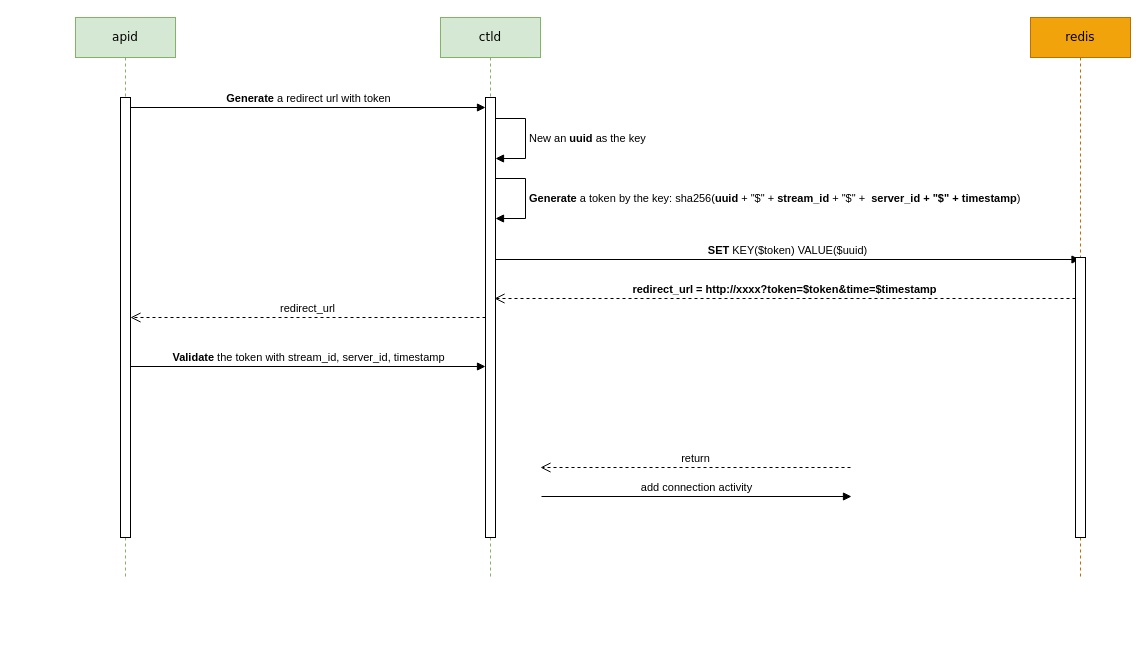
explorer2036/charts keeps this draw.io diagram as page "token" (3 of 3) of media-core/apid.drawio. Above is the earlier version. Source tidied: cells renumbered, new cells numbered last; positions are measured from the earlier drawing's top-left corner, leaving out a move shared by most shapes. Both pictures are drawn from the tidied source at 100%, with x=0, y=0 at pixel (75, 17).
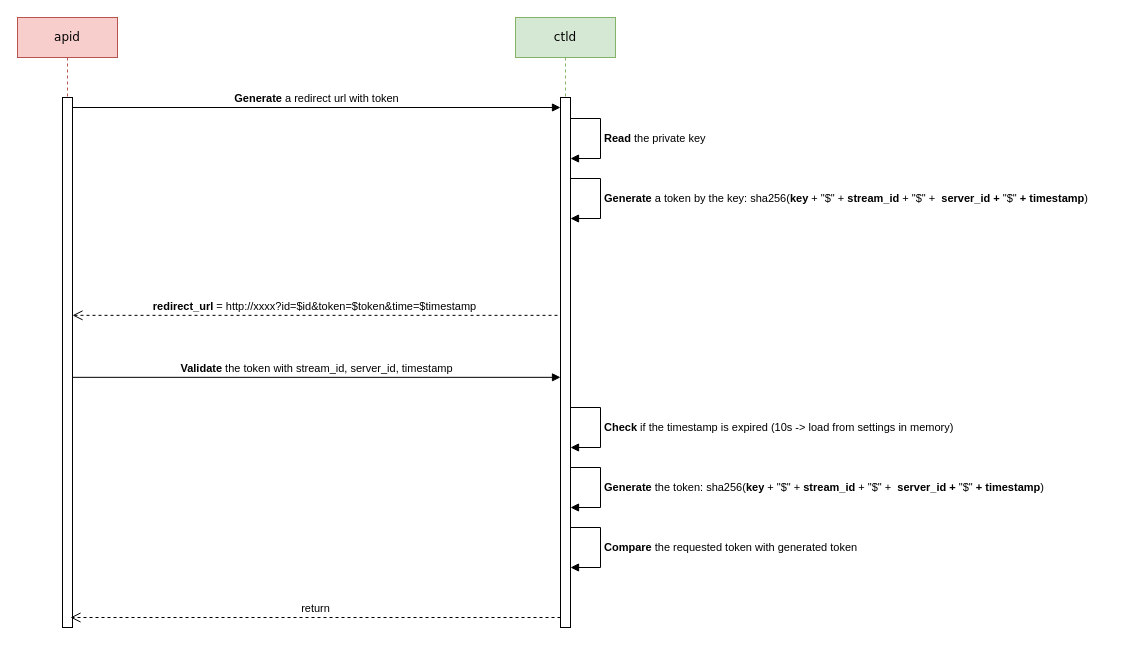
Above is the later version.

Change to the diagram source:
```diff
@@
-    <mxCell id="2" value="&lt;b&gt;SET&lt;/b&gt; KEY($token) VALUE($uuid)" style="html=1;verticalAlign=bottom;endArrow=block;rounded=0;strokeWidth=1;" parent="1" edge="1" target="7">
-      <mxGeometry relative="1" as="geometry">
-        <mxPoint x="420" y="242" as="sourcePoint" />
-      </mxGeometry>
-    </mxCell>
     <mxCell id="3" value="ctld" style="shape=umlLifeline;perimeter=lifelinePerimeter;whiteSpace=wrap;html=1;rounded=0;shadow=0;comic=0;labelBackgroundColor=none;strokeWidth=1;fontFamily=Verdana;fontSize=12;align=center;fillColor=#d5e8d4;strokeColor=#82b366;" parent="1" vertex="1">
-      <mxGeometry x="365" width="100" height="560" as="geometry" />
+      <mxGeometry x="440" width="100" height="610" as="geometry" />
     </mxCell>
     <mxCell id="4" style="html=1;points=[];perimeter=orthogonalPerimeter;rounded=0;shadow=0;glass=0;sketch=0;" parent="3" vertex="1">
-      <mxGeometry x="45" y="80" width="10" height="440" as="geometry" />
+      <mxGeometry x="45" y="80" width="10" height="530" as="geometry" />
     </mxCell>
-    <mxCell id="5" value="New an &lt;b&gt;uuid&lt;/b&gt; as the key" style="edgeStyle=orthogonalEdgeStyle;html=1;align=left;spacingLeft=2;endArrow=block;rounded=0;" parent="3" edge="1">
+    <mxCell id="5" value="&lt;b&gt;Read&lt;/b&gt; the private key" style="edgeStyle=orthogonalEdgeStyle;html=1;align=left;spacingLeft=2;endArrow=block;rounded=0;" parent="3" edge="1">
       <mxGeometry relative="1" as="geometry">
         <mxPoint x="55" y="101" as="sourcePoint" />
         <mxPoint x="55" y="141" as="targetPoint" />
         <Array as="points">
           <mxPoint x="85" y="101" />
           <mxPoint x="85" y="141" />
           <mxPoint x="55" y="141" />
         </Array>
       </mxGeometry>
     </mxCell>
-    <mxCell id="6" value="&lt;b&gt;Generate&lt;/b&gt; a token by the key: sha256(&lt;b&gt;uuid&lt;/b&gt; + &quot;$&quot; + &lt;b&gt;stream_id&lt;/b&gt; + &quot;$&quot; +&amp;nbsp; &lt;b&gt;server_id + &quot;$&quot; + timestamp&lt;/b&gt;)" style="edgeStyle=orthogonalEdgeStyle;html=1;align=left;spacingLeft=2;endArrow=block;rounded=0;" parent="3" edge="1">
+    <mxCell id="6" value="&lt;b&gt;Generate&lt;/b&gt; a token by the key: sha256(&lt;b&gt;key&lt;/b&gt; + &quot;$&quot; + &lt;b&gt;stream_id&lt;/b&gt; + &quot;$&quot; +&amp;nbsp; &lt;b&gt;server_id + &lt;/b&gt;&quot;$&quot;&lt;b&gt; + timestamp&lt;/b&gt;)" style="edgeStyle=orthogonalEdgeStyle;html=1;align=left;spacingLeft=2;endArrow=block;rounded=0;" parent="3" edge="1">
       <mxGeometry relative="1" as="geometry">
         <mxPoint x="55" y="161" as="sourcePoint" />
         <mxPoint x="55" y="201" as="targetPoint" />
         <Array as="points">
           <mxPoint x="85" y="161" />
           <mxPoint x="85" y="201" />
           <mxPoint x="55" y="201" />
         </Array>
       </mxGeometry>
     </mxCell>
-    <mxCell id="7" value="redis" style="shape=umlLifeline;perimeter=lifelinePerimeter;whiteSpace=wrap;html=1;outlineConnect=0;rounded=0;shadow=0;comic=0;labelBackgroundColor=none;strokeWidth=1;fontFamily=Verdana;fontSize=12;align=center;fillColor=#f0a30a;strokeColor=#BD7000;glass=0;fontColor=#000000;" parent="1" vertex="1">
-      <mxGeometry x="955" width="100" height="560" as="geometry" />
-    </mxCell>
-    <mxCell id="8" style="html=1;points=[];perimeter=orthogonalPerimeter;rounded=0;shadow=0;glass=0;sketch=0;" parent="7" vertex="1">
-      <mxGeometry x="45" y="240" width="10" height="280" as="geometry" />
-    </mxCell>
-    <mxCell id="9" value="add connection activity" style="html=1;verticalAlign=bottom;endArrow=block;rounded=0;strokeWidth=1;" parent="1" edge="1">
-      <mxGeometry relative="1" as="geometry">
-        <mxPoint x="466" y="479" as="sourcePoint" />
-        <mxPoint x="776" y="479" as="targetPoint" />
-      </mxGeometry>
-    </mxCell>
-    <mxCell id="10" value="return" style="html=1;verticalAlign=bottom;endArrow=open;dashed=1;endSize=8;rounded=0;" parent="1" edge="1">
-      <mxGeometry relative="1" as="geometry">
-        <mxPoint x="775" y="450" as="sourcePoint" />
-        <mxPoint x="465" y="450" as="targetPoint" />
-      </mxGeometry>
-    </mxCell>
-    <mxCell id="11" value="redirect_url = http://xxxx?token=$token&amp;amp;time=$timestamp" style="html=1;verticalAlign=bottom;endArrow=open;dashed=1;endSize=8;rounded=0;fontStyle=1;" parent="1" edge="1" source="8">
-      <mxGeometry relative="1" as="geometry">
-        <mxPoint x="419" y="281" as="targetPoint" />
-      </mxGeometry>
-    </mxCell>
+    <mxCell id="17" value="&lt;b&gt;Check&lt;/b&gt; if the timestamp is expired (10s -&amp;gt; load from settings in memory)" style="edgeStyle=orthogonalEdgeStyle;html=1;align=left;spacingLeft=2;endArrow=block;rounded=0;" parent="3" edge="1">
+      <mxGeometry relative="1" as="geometry">
+        <mxPoint x="55" y="390" as="sourcePoint" />
+        <mxPoint x="55" y="430" as="targetPoint" />
+        <Array as="points">
+          <mxPoint x="85" y="390" />
+          <mxPoint x="85" y="430" />
+          <mxPoint x="55" y="430" />
+        </Array>
+      </mxGeometry>
+    </mxCell>
+    <mxCell id="18" value="&lt;b&gt;Generate&lt;/b&gt; the token: sha256(&lt;b style=&quot;border-color: var(--border-color);&quot;&gt;key&lt;/b&gt;&amp;nbsp;+ &quot;$&quot; +&amp;nbsp;&lt;b style=&quot;border-color: var(--border-color);&quot;&gt;stream_id&lt;/b&gt;&amp;nbsp;+ &quot;$&quot; +&amp;nbsp;&amp;nbsp;&lt;b style=&quot;border-color: var(--border-color);&quot;&gt;server_id + &lt;/b&gt;&lt;span style=&quot;border-color: var(--border-color);&quot;&gt;&quot;$&quot;&lt;/span&gt;&lt;b style=&quot;border-color: var(--border-color);&quot;&gt; + timestamp&lt;/b&gt;)" style="edgeStyle=orthogonalEdgeStyle;html=1;align=left;spacingLeft=2;endArrow=block;rounded=0;" parent="3" edge="1">
+      <mxGeometry relative="1" as="geometry">
+        <mxPoint x="55" y="450" as="sourcePoint" />
+        <mxPoint x="55" y="490" as="targetPoint" />
+        <Array as="points">
+          <mxPoint x="85" y="450" />
+          <mxPoint x="85" y="490" />
+          <mxPoint x="55" y="490" />
+        </Array>
+      </mxGeometry>
+    </mxCell>
+    <mxCell id="19" value="&lt;b&gt;Compare&lt;/b&gt; the requested token with generated token" style="edgeStyle=orthogonalEdgeStyle;html=1;align=left;spacingLeft=2;endArrow=block;rounded=0;" parent="3" edge="1">
+      <mxGeometry relative="1" as="geometry">
+        <mxPoint x="55" y="510" as="sourcePoint" />
+        <mxPoint x="55" y="550" as="targetPoint" />
+        <Array as="points">
+          <mxPoint x="85" y="510" />
+          <mxPoint x="85" y="550" />
+          <mxPoint x="55" y="550" />
+        </Array>
+      </mxGeometry>
+    </mxCell>
-    <mxCell id="12" value="apid" style="shape=umlLifeline;perimeter=lifelinePerimeter;whiteSpace=wrap;html=1;rounded=0;shadow=0;comic=0;labelBackgroundColor=none;strokeWidth=1;fontFamily=Verdana;fontSize=12;align=center;fillColor=#d5e8d4;strokeColor=#82b366;" parent="1" vertex="1">
-      <mxGeometry width="100" height="560" as="geometry" />
+    <mxCell id="12" value="apid" style="shape=umlLifeline;perimeter=lifelinePerimeter;whiteSpace=wrap;html=1;rounded=0;shadow=0;comic=0;labelBackgroundColor=none;strokeWidth=1;fontFamily=Verdana;fontSize=12;align=center;fillColor=#f8cecc;strokeColor=#b85450;" parent="1" vertex="1">
+      <mxGeometry x="-58" width="100" height="610" as="geometry" />
     </mxCell>
     <mxCell id="13" style="html=1;points=[];perimeter=orthogonalPerimeter;rounded=0;shadow=0;glass=0;sketch=0;" parent="12" vertex="1">
-      <mxGeometry x="45" y="80" width="10" height="440" as="geometry" />
+      <mxGeometry x="45" y="80" width="10" height="530" as="geometry" />
     </mxCell>
@@
-    <mxCell id="15" value="redirect_url" style="html=1;verticalAlign=bottom;endArrow=open;dashed=1;endSize=8;rounded=0;" parent="1" edge="1" target="13">
-      <mxGeometry relative="1" as="geometry">
-        <mxPoint x="410" y="300" as="sourcePoint" />
-      </mxGeometry>
+    <mxCell id="15" value="&lt;b&gt;redirect_url&lt;/b&gt; = http://xxxx?id=$id&amp;amp;token=$token&amp;amp;time=$timestamp" style="html=1;verticalAlign=bottom;endArrow=open;dashed=1;endSize=8;rounded=0;exitX=-0.3;exitY=0.411;exitDx=0;exitDy=0;exitPerimeter=0;" parent="1" edge="1" source="4" target="13">
+      <mxGeometry relative="1" as="geometry" />
     </mxCell>
-    <mxCell id="16" value="&lt;b&gt;Validate&lt;/b&gt; the token with stream_id, server_id, timestamp" style="html=1;verticalAlign=bottom;endArrow=block;rounded=0;strokeWidth=1;" parent="1" edge="1" source="13">
-      <mxGeometry relative="1" as="geometry">
-        <mxPoint x="410" y="349" as="targetPoint" />
-      </mxGeometry>
+    <mxCell id="16" value="&lt;b&gt;Validate&lt;/b&gt; the token with stream_id, server_id, timestamp" style="html=1;verticalAlign=bottom;endArrow=block;rounded=0;strokeWidth=1;entryX=0;entryY=0.528;entryDx=0;entryDy=0;entryPerimeter=0;" parent="1" edge="1" source="13" target="4">
+      <mxGeometry relative="1" as="geometry" />
     </mxCell>
+    <mxCell id="10" value="&lt;span style=&quot;font-weight: normal;&quot;&gt;return&lt;/span&gt;" style="html=1;verticalAlign=bottom;endArrow=open;dashed=1;endSize=8;rounded=0;fontStyle=1;" parent="1" edge="1" source="4">
+      <mxGeometry relative="1" as="geometry">
+        <mxPoint x="-5" y="600" as="targetPoint" />
+      </mxGeometry>
+    </mxCell>
```
